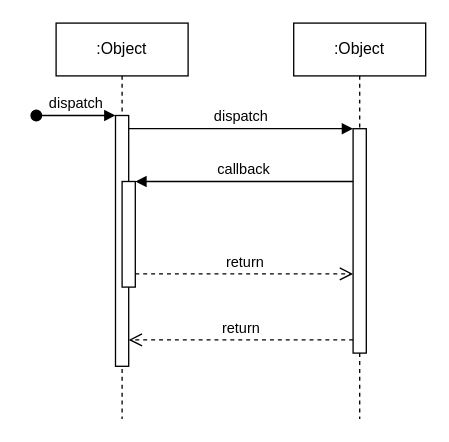
Before: Secuencia.drawio in KuroroLuzbell/Diagramas, a draw.io diagram. Source tidied: cells renumbered, new cells numbered last; positions are measured from the earlier drawing's top-left corner, leaving out a move shared by most shapes. Both pictures are drawn from the tidied source at 132%, with x=0, y=0 at pixel (36, 22).
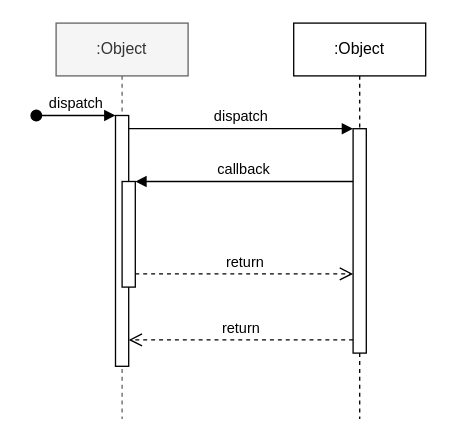
The same page after the edit.

What changed in the source:
```diff
@@
 <mxGraphModel>
   <root>
     <mxCell id="0" />
     <mxCell id="1" parent="0" />
-    <mxCell id="2" value=":Object" style="shape=umlLifeline;perimeter=lifelinePerimeter;whiteSpace=wrap;html=1;newEdgeStyle={&quot;edgeStyle&quot;:&quot;elbowEdgeStyle&quot;,&quot;elbow&quot;:&quot;vertical&quot;,&quot;curved&quot;:0,&quot;rounded&quot;:0};" parent="1" vertex="1">
+    <mxCell id="2" value=":Object" style="shape=umlLifeline;perimeter=lifelinePerimeter;whiteSpace=wrap;html=1;newEdgeStyle={&quot;edgeStyle&quot;:&quot;elbowEdgeStyle&quot;,&quot;elbow&quot;:&quot;vertical&quot;,&quot;curved&quot;:0,&quot;rounded&quot;:0};fillColor=#f5f5f5;fontColor=#333333;strokeColor=#666666;" parent="1" vertex="1">
       <mxGeometry x="15" width="100" height="300" as="geometry" />
     </mxCell>
     <mxCell id="3" style="html=1;points=[];perimeter=orthogonalPerimeter;outlineConnect=0;targetShapes=umlLifeline;portConstraint=eastwest;newEdgeStyle={&quot;edgeStyle&quot;:&quot;elbowEdgeStyle&quot;,&quot;elbow&quot;:&quot;vertical&quot;,&quot;curved&quot;:0,&quot;rounded&quot;:0};" parent="2" vertex="1">
       <mxGeometry x="45" y="70" width="10" height="190" as="geometry" />
     </mxCell>
     <mxCell id="4" value="dispatch" style="html=1;verticalAlign=bottom;startArrow=oval;endArrow=block;startSize=8;edgeStyle=elbowEdgeStyle;elbow=vertical;curved=0;rounded=0;" parent="2" edge="1" target="3">
       <mxGeometry relative="1" as="geometry">
         <mxPoint x="-15" y="70" as="sourcePoint" />
       </mxGeometry>
     </mxCell>
     <mxCell id="5" style="html=1;points=[];perimeter=orthogonalPerimeter;outlineConnect=0;targetShapes=umlLifeline;portConstraint=eastwest;newEdgeStyle={&quot;edgeStyle&quot;:&quot;elbowEdgeStyle&quot;,&quot;elbow&quot;:&quot;vertical&quot;,&quot;curved&quot;:0,&quot;rounded&quot;:0};" parent="2" vertex="1">
       <mxGeometry x="50" y="120" width="10" height="80" as="geometry" />
     </mxCell>
     <mxCell id="6" value=":Object" style="shape=umlLifeline;perimeter=lifelinePerimeter;whiteSpace=wrap;html=1;newEdgeStyle={&quot;edgeStyle&quot;:&quot;elbowEdgeStyle&quot;,&quot;elbow&quot;:&quot;vertical&quot;,&quot;curved&quot;:0,&quot;rounded&quot;:0};" parent="1" vertex="1">
       <mxGeometry x="195" width="100" height="300" as="geometry" />
     </mxCell>
     <mxCell id="7" style="html=1;points=[];perimeter=orthogonalPerimeter;outlineConnect=0;targetShapes=umlLifeline;portConstraint=eastwest;newEdgeStyle={&quot;edgeStyle&quot;:&quot;elbowEdgeStyle&quot;,&quot;elbow&quot;:&quot;vertical&quot;,&quot;curved&quot;:0,&quot;rounded&quot;:0};" parent="6" vertex="1">
       <mxGeometry x="45" y="80" width="10" height="170" as="geometry" />
     </mxCell>
     <mxCell id="8" value="dispatch" style="html=1;verticalAlign=bottom;endArrow=block;edgeStyle=elbowEdgeStyle;elbow=vertical;curved=0;rounded=0;" parent="1" edge="1" source="3" target="7">
       <mxGeometry relative="1" as="geometry">
         <Array as="points">
           <mxPoint x="155" y="80" />
         </Array>
       </mxGeometry>
     </mxCell>
     <mxCell id="9" value="return" style="html=1;verticalAlign=bottom;endArrow=open;dashed=1;endSize=8;edgeStyle=elbowEdgeStyle;elbow=vertical;curved=0;rounded=0;" parent="1" edge="1" source="7" target="3">
       <mxGeometry relative="1" as="geometry">
         <Array as="points">
           <mxPoint x="165" y="240" />
         </Array>
       </mxGeometry>
     </mxCell>
     <mxCell id="10" value="callback" style="html=1;verticalAlign=bottom;endArrow=block;edgeStyle=elbowEdgeStyle;elbow=vertical;curved=0;rounded=0;" parent="1" edge="1" source="7" target="5">
       <mxGeometry relative="1" as="geometry">
         <Array as="points">
           <mxPoint x="165" y="120" />
         </Array>
       </mxGeometry>
     </mxCell>
     <mxCell id="11" value="return" style="html=1;verticalAlign=bottom;endArrow=open;dashed=1;endSize=8;edgeStyle=elbowEdgeStyle;elbow=vertical;curved=0;rounded=0;" parent="1" edge="1" source="5" target="7">
       <mxGeometry relative="1" as="geometry">
         <Array as="points">
           <mxPoint x="155" y="190" />
         </Array>
       </mxGeometry>
     </mxCell>
   </root>
 </mxGraphModel>
```
